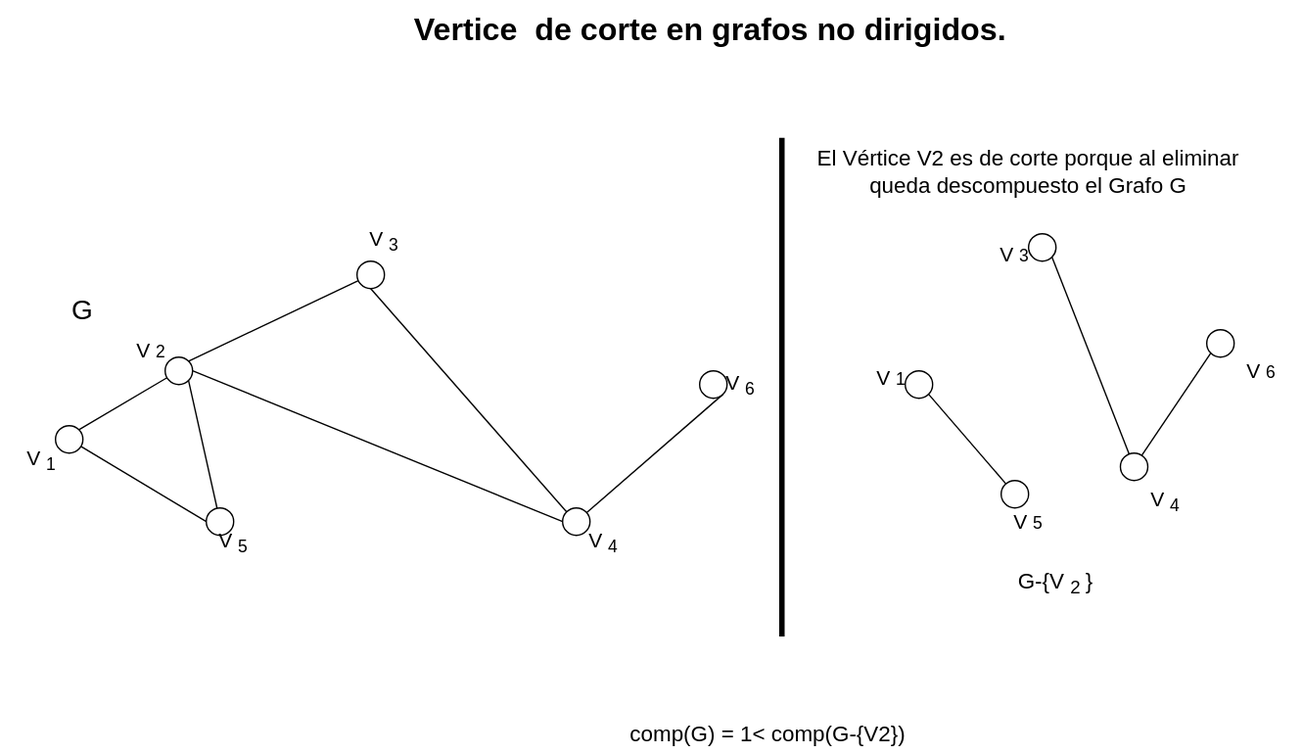
The draw.io diagram Estructura-de-datos/Grafos/Vertice-corte-grafo-no-dir.drawio.svg in Nordcode-cyber/Algoritmos-Estructdatos, before a commit. Source tidied: cells renumbered, new cells last; positions are measured from the earlier drawing's top-left corner, leaving out a move shared by most shapes. The source it was exported from:
```xml
<mxGraphModel>
  <root>
    <mxCell id="0" />
    <mxCell id="1" parent="0" />
    <mxCell id="2" value="&lt;h1 style=&quot;margin-top: 0px;&quot;&gt;&lt;font style=&quot;font-size: 23px; color: light-dark(rgb(0, 0, 0), rgb(0, 255, 255));&quot;&gt;Vertice&amp;nbsp; de corte en grafos no dirigidos.&lt;/font&gt;&lt;/h1&gt;&lt;p&gt;&lt;br&gt;&lt;/p&gt;" style="text;html=1;whiteSpace=wrap;overflow=hidden;rounded=0;" parent="1" vertex="1">
      <mxGeometry x="300" width="640" height="120" as="geometry" />
    </mxCell>
    <mxCell id="3" style="edgeStyle=none;html=1;entryX=0;entryY=0.5;entryDx=0;entryDy=0;endArrow=none;endFill=0;" parent="1" edge="1" source="4" target="8">
      <mxGeometry relative="1" as="geometry" />
    </mxCell>
    <mxCell id="4" style="ellipse;whiteSpace=wrap;html=1;fillColor=light-dark(#FFFFFF,#FF3333);" parent="1" vertex="1">
      <mxGeometry x="40" y="310" width="20" height="20" as="geometry" />
    </mxCell>
    <mxCell id="5" style="edgeStyle=none;html=1;entryX=1;entryY=1;entryDx=0;entryDy=0;endArrow=none;endFill=0;" parent="1" edge="1" source="8" target="12">
      <mxGeometry relative="1" as="geometry" />
    </mxCell>
    <mxCell id="6" style="edgeStyle=none;html=1;entryX=0;entryY=0.5;entryDx=0;entryDy=0;endArrow=none;endFill=0;exitX=1;exitY=0.5;exitDx=0;exitDy=0;" parent="1" edge="1" source="12" target="10">
      <mxGeometry relative="1" as="geometry" />
    </mxCell>
    <mxCell id="7" style="edgeStyle=none;html=1;entryX=0.5;entryY=1;entryDx=0;entryDy=0;endArrow=none;endFill=0;exitX=0;exitY=0;exitDx=0;exitDy=0;" parent="1" edge="1" source="10" target="14">
      <mxGeometry relative="1" as="geometry" />
    </mxCell>
    <mxCell id="8" style="ellipse;whiteSpace=wrap;html=1;fillColor=light-dark(#FFFFFF,#FF3333);" parent="1" vertex="1">
      <mxGeometry x="150" y="370" width="20" height="20" as="geometry" />
    </mxCell>
    <mxCell id="9" style="edgeStyle=none;html=1;entryX=1;entryY=1;entryDx=0;entryDy=0;endArrow=none;endFill=0;" parent="1" edge="1" source="10" target="15">
      <mxGeometry relative="1" as="geometry" />
    </mxCell>
    <mxCell id="10" style="ellipse;whiteSpace=wrap;html=1;fillColor=light-dark(#FFFFFF,#FF3333);" parent="1" vertex="1">
      <mxGeometry x="410" y="370" width="20" height="20" as="geometry" />
    </mxCell>
    <mxCell id="11" style="edgeStyle=none;html=1;entryX=1;entryY=0;entryDx=0;entryDy=0;endArrow=none;endFill=0;" parent="1" edge="1" source="12" target="4">
      <mxGeometry relative="1" as="geometry" />
    </mxCell>
    <mxCell id="12" style="ellipse;whiteSpace=wrap;html=1;fillColor=light-dark(#FFFFFF,#FF3333);" parent="1" vertex="1">
      <mxGeometry x="120" y="260" width="20" height="20" as="geometry" />
    </mxCell>
    <mxCell id="13" style="edgeStyle=none;html=1;entryX=1;entryY=0;entryDx=0;entryDy=0;endArrow=none;endFill=0;" parent="1" edge="1" source="14" target="12">
      <mxGeometry relative="1" as="geometry" />
    </mxCell>
    <mxCell id="14" style="ellipse;whiteSpace=wrap;html=1;fillColor=light-dark(#FFFFFF,#FF3333);" parent="1" vertex="1">
      <mxGeometry x="260" y="190" width="20" height="20" as="geometry" />
    </mxCell>
    <mxCell id="15" style="ellipse;whiteSpace=wrap;html=1;fillColor=light-dark(#FFFFFF,#FF3333);" parent="1" vertex="1">
      <mxGeometry x="510" y="270" width="20" height="20" as="geometry" />
    </mxCell>
    <mxCell id="16" value="&lt;font style=&quot;color: light-dark(rgb(0, 0, 0), rgb(51, 255, 51)); font-size: 20px;&quot;&gt;G&lt;/font&gt;" style="text;html=1;align=center;verticalAlign=middle;whiteSpace=wrap;rounded=0;" parent="1" vertex="1">
      <mxGeometry x="30" y="210" width="60" height="30" as="geometry" />
    </mxCell>
    <mxCell id="17" value="&lt;font style=&quot;font-size: 15px; color: light-dark(rgb(0, 0, 0), rgb(255, 51, 51));&quot;&gt;V&lt;sub&gt;1&lt;/sub&gt;&lt;/font&gt;" style="text;html=1;align=center;verticalAlign=middle;whiteSpace=wrap;rounded=0;" parent="1" vertex="1">
      <mxGeometry y="320" width="60" height="30" as="geometry" />
    </mxCell>
    <mxCell id="18" value="&lt;font style=&quot;font-size: 15px; color: light-dark(rgb(0, 0, 0), rgb(255, 51, 51));&quot;&gt;V&lt;/font&gt;&lt;font style=&quot;font-size: 12.5px;&quot;&gt;2&lt;/font&gt;" style="text;html=1;align=center;verticalAlign=middle;whiteSpace=wrap;rounded=0;" parent="1" vertex="1">
      <mxGeometry x="80" y="240" width="60" height="30" as="geometry" />
    </mxCell>
    <mxCell id="19" value="&lt;font style=&quot;font-size: 15px; color: light-dark(rgb(0, 0, 0), rgb(255, 51, 51));&quot;&gt;V&lt;sub&gt;3&lt;/sub&gt;&lt;/font&gt;" style="text;html=1;align=center;verticalAlign=middle;whiteSpace=wrap;rounded=0;" parent="1" vertex="1">
      <mxGeometry x="250" y="160" width="60" height="30" as="geometry" />
    </mxCell>
    <mxCell id="20" value="&lt;font style=&quot;font-size: 15px; color: light-dark(rgb(0, 0, 0), rgb(255, 51, 51));&quot;&gt;V&lt;sub&gt;4&lt;/sub&gt;&lt;/font&gt;" style="text;html=1;align=center;verticalAlign=middle;whiteSpace=wrap;rounded=0;" parent="1" vertex="1">
      <mxGeometry x="410" y="380" width="60" height="30" as="geometry" />
    </mxCell>
    <mxCell id="21" value="&lt;font style=&quot;font-size: 15px; color: light-dark(rgb(0, 0, 0), rgb(255, 51, 51));&quot;&gt;V&lt;sub&gt;5&lt;/sub&gt;&lt;/font&gt;" style="text;html=1;align=center;verticalAlign=middle;whiteSpace=wrap;rounded=0;" parent="1" vertex="1">
      <mxGeometry x="140" y="380" width="60" height="30" as="geometry" />
    </mxCell>
    <mxCell id="22" value="&lt;font style=&quot;font-size: 15px; color: light-dark(rgb(0, 0, 0), rgb(255, 51, 51));&quot;&gt;V&lt;sub&gt;6&lt;/sub&gt;&lt;/font&gt;" style="text;html=1;align=center;verticalAlign=middle;whiteSpace=wrap;rounded=0;" parent="1" vertex="1">
      <mxGeometry x="510" y="265" width="60" height="30" as="geometry" />
    </mxCell>
    <mxCell id="23" style="endArrow=none;html=1;strokeWidth=4;" parent="1" edge="1">
      <mxGeometry relative="1" as="geometry">
        <mxPoint x="570" y="463.8" as="sourcePoint" />
        <mxPoint x="570" y="100" as="targetPoint" />
      </mxGeometry>
    </mxCell>
    <mxCell id="24" value="&lt;font style=&quot;font-size: 16px; color: light-dark(rgb(0, 0, 0), rgb(51, 255, 51));&quot;&gt;El Vértice V2 es de corte porque al eliminar queda descompuesto el Grafo G&lt;/font&gt;" style="text;html=1;align=center;verticalAlign=middle;whiteSpace=wrap;rounded=0;" parent="1" vertex="1">
      <mxGeometry x="580" y="100" width="340" height="50" as="geometry" />
    </mxCell>
    <mxCell id="25" style="ellipse;whiteSpace=wrap;html=1;fillColor=light-dark(#FFFFFF,#FF3333);" parent="1" vertex="1">
      <mxGeometry x="750" y="170" width="20" height="20" as="geometry" />
    </mxCell>
    <mxCell id="26" style="edgeStyle=none;html=1;entryX=1;entryY=1;entryDx=0;entryDy=0;endArrow=none;endFill=0;" parent="1" edge="1" source="27" target="28">
      <mxGeometry relative="1" as="geometry" />
    </mxCell>
    <mxCell id="27" style="ellipse;whiteSpace=wrap;html=1;fillColor=light-dark(#FFFFFF,#FF3333);" parent="1" vertex="1">
      <mxGeometry x="730" y="350" width="20" height="20" as="geometry" />
    </mxCell>
    <mxCell id="28" style="ellipse;whiteSpace=wrap;html=1;fillColor=light-dark(#FFFFFF,#FF3333);" parent="1" vertex="1">
      <mxGeometry x="660" y="270" width="20" height="20" as="geometry" />
    </mxCell>
    <mxCell id="29" style="ellipse;whiteSpace=wrap;html=1;fillColor=light-dark(#FFFFFF,#FF3333);" parent="1" vertex="1">
      <mxGeometry x="880" y="240" width="20" height="20" as="geometry" />
    </mxCell>
    <mxCell id="30" style="edgeStyle=none;html=1;entryX=0;entryY=1;entryDx=0;entryDy=0;endArrow=none;endFill=0;" parent="1" edge="1" source="32" target="29">
      <mxGeometry relative="1" as="geometry" />
    </mxCell>
    <mxCell id="31" style="edgeStyle=none;html=1;entryX=1;entryY=1;entryDx=0;entryDy=0;endArrow=none;endFill=0;" parent="1" edge="1" source="32" target="25">
      <mxGeometry relative="1" as="geometry" />
    </mxCell>
    <mxCell id="32" style="ellipse;whiteSpace=wrap;html=1;fillColor=light-dark(#FFFFFF,#FF3333);" parent="1" vertex="1">
      <mxGeometry x="817" y="330" width="20" height="20" as="geometry" />
    </mxCell>
    <mxCell id="33" value="&lt;font style=&quot;font-size: 15px; color: light-dark(rgb(0, 0, 0), rgb(255, 51, 51));&quot;&gt;V&lt;/font&gt;&lt;font style=&quot;font-size: 12.5px;&quot;&gt;5&lt;/font&gt;" style="text;html=1;align=center;verticalAlign=middle;whiteSpace=wrap;rounded=0;" parent="1" vertex="1">
      <mxGeometry x="720" y="365" width="60" height="30" as="geometry" />
    </mxCell>
    <mxCell id="34" value="&lt;font style=&quot;font-size: 15px; color: light-dark(rgb(0, 0, 0), rgb(255, 51, 51));&quot;&gt;V&lt;/font&gt;&lt;font style=&quot;font-size: 12.5px;&quot;&gt;1&lt;/font&gt;" style="text;html=1;align=center;verticalAlign=middle;whiteSpace=wrap;rounded=0;" parent="1" vertex="1">
      <mxGeometry x="620" y="260" width="60" height="30" as="geometry" />
    </mxCell>
    <mxCell id="35" value="&lt;font style=&quot;font-size: 15px; color: light-dark(rgb(0, 0, 0), rgb(255, 51, 51));&quot;&gt;V&lt;sub&gt;4&lt;/sub&gt;&lt;/font&gt;" style="text;html=1;align=center;verticalAlign=middle;whiteSpace=wrap;rounded=0;" parent="1" vertex="1">
      <mxGeometry x="820" y="350" width="60" height="30" as="geometry" />
    </mxCell>
    <mxCell id="36" value="&lt;font style=&quot;font-size: 15px; color: light-dark(rgb(0, 0, 0), rgb(255, 51, 51));&quot;&gt;V&lt;/font&gt;&lt;font style=&quot;font-size: 12.5px;&quot;&gt;3&lt;/font&gt;" style="text;html=1;align=center;verticalAlign=middle;whiteSpace=wrap;rounded=0;" parent="1" vertex="1">
      <mxGeometry x="710" y="170" width="60" height="30" as="geometry" />
    </mxCell>
    <mxCell id="37" value="&lt;font style=&quot;font-size: 15px; color: light-dark(rgb(0, 0, 0), rgb(255, 51, 51));&quot;&gt;V&lt;/font&gt;&lt;font style=&quot;font-size: 12.5px;&quot;&gt;6&lt;/font&gt;" style="text;html=1;align=center;verticalAlign=middle;whiteSpace=wrap;rounded=0;" parent="1" vertex="1">
      <mxGeometry x="890" y="255" width="60" height="30" as="geometry" />
    </mxCell>
    <mxCell id="38" value="&lt;font style=&quot;font-size: 16px; color: light-dark(rgb(0, 0, 0), rgb(0, 255, 255));&quot;&gt;comp(G) = 1&amp;lt; comp(G-{V2})&lt;/font&gt;" style="text;html=1;align=center;verticalAlign=middle;whiteSpace=wrap;rounded=0;" parent="1" vertex="1">
      <mxGeometry x="420" y="520" width="280" height="30" as="geometry" />
    </mxCell>
    <mxCell id="39" value="&lt;font style=&quot;color: light-dark(rgb(0, 0, 0), rgb(0, 255, 255)); font-size: 16px;&quot;&gt;G-{V&lt;sub&gt;2&lt;/sub&gt;}&lt;/font&gt;" style="text;html=1;align=center;verticalAlign=middle;whiteSpace=wrap;rounded=0;" parent="1" vertex="1">
      <mxGeometry x="740" y="410" width="60" height="30" as="geometry" />
    </mxCell>
  </root>
</mxGraphModel>
```
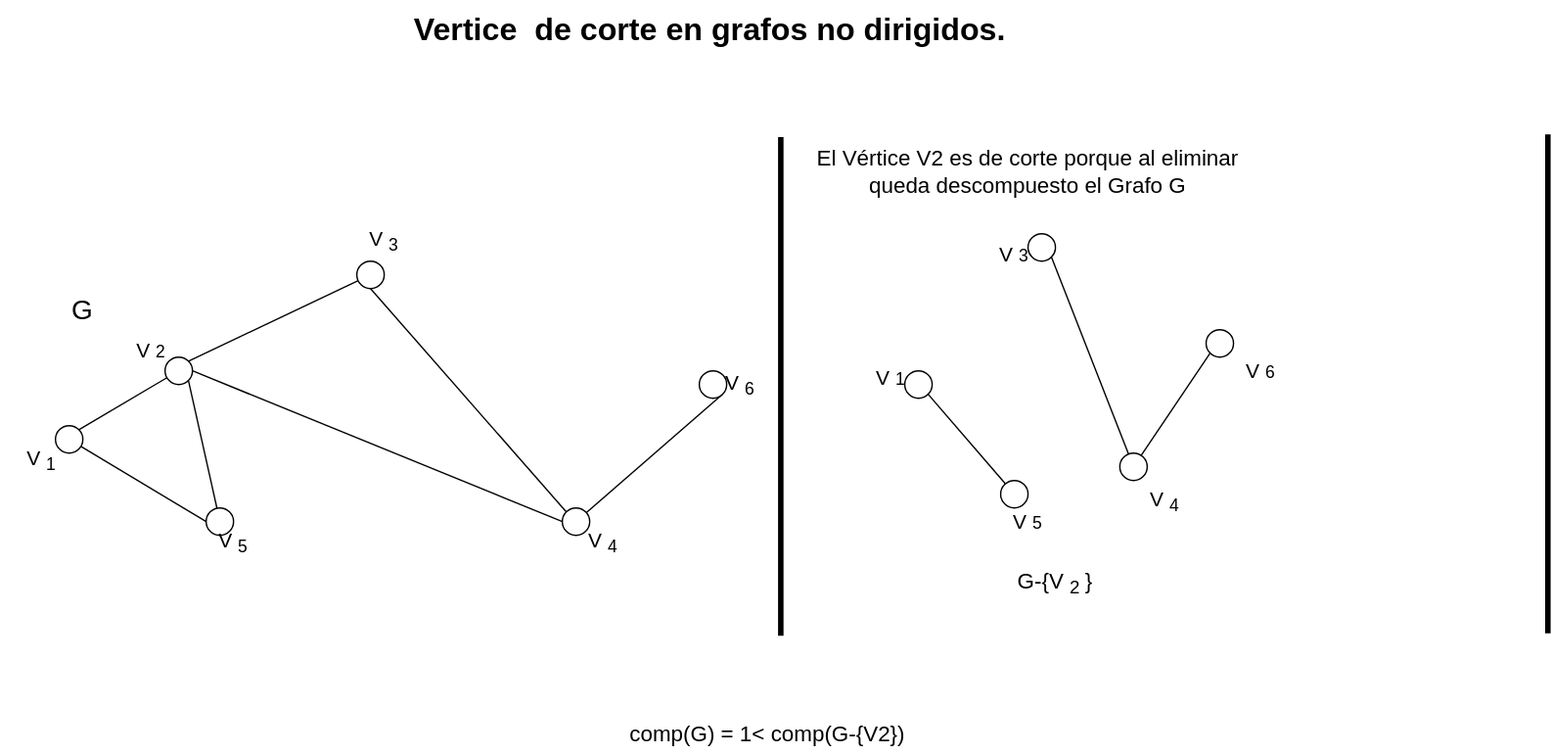
Above is the later version.

Diff of the diagram source:
```diff
@@ -119,5 +119,11 @@
     <mxCell id="39" value="&lt;font style=&quot;color: light-dark(rgb(0, 0, 0), rgb(0, 255, 255)); font-size: 16px;&quot;&gt;G-{V&lt;sub&gt;2&lt;/sub&gt;}&lt;/font&gt;" style="text;html=1;align=center;verticalAlign=middle;whiteSpace=wrap;rounded=0;" parent="1" vertex="1">
       <mxGeometry x="740" y="410" width="60" height="30" as="geometry" />
     </mxCell>
+    <mxCell id="40" style="endArrow=none;html=1;strokeWidth=4;" parent="1" edge="1">
+      <mxGeometry relative="1" as="geometry">
+        <mxPoint x="1130" y="461.9" as="sourcePoint" />
+        <mxPoint x="1130" y="98.1" as="targetPoint" />
+      </mxGeometry>
+    </mxCell>
   </root>
 </mxGraphModel>
```
